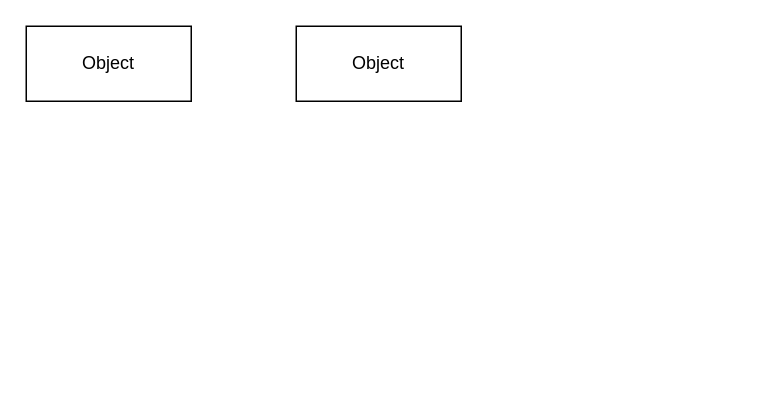
Earlier version of the draw.io diagram Event.drawio (marvino20/priv). Source tidied: cells renumbered, new cells numbered last; positions are measured from the earlier drawing's top-left corner, leaving out a move shared by most shapes. Both pictures are drawn from the tidied source at 150%, with x=0, y=0 at pixel (26, 26).
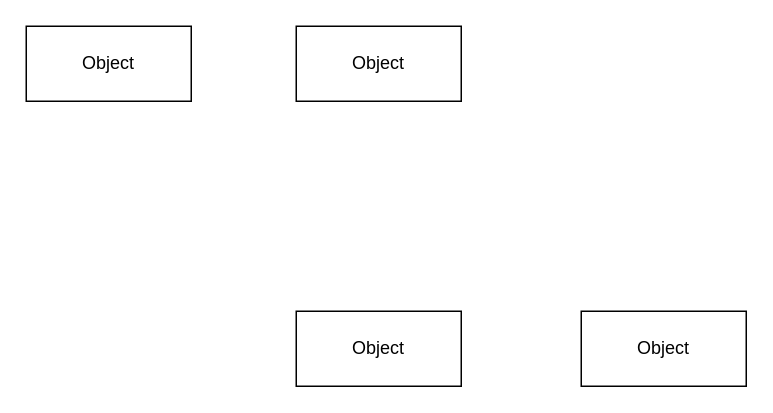
The same diagram, later.

The edit, as a diff of the source:
```diff
@@
 <mxGraphModel>
   <root>
     <mxCell id="0" />
     <mxCell id="1" parent="0" />
     <mxCell id="2" value="Object" style="html=1;whiteSpace=wrap;" parent="1" vertex="1">
       <mxGeometry width="110" height="50" as="geometry" />
     </mxCell>
     <mxCell id="3" value="Object" style="html=1;whiteSpace=wrap;" parent="1" vertex="1">
       <mxGeometry x="180" width="110" height="50" as="geometry" />
     </mxCell>
+    <mxCell id="4" value="Object" style="html=1;whiteSpace=wrap;" parent="1" vertex="1">
+      <mxGeometry x="180" y="190" width="110" height="50" as="geometry" />
+    </mxCell>
+    <mxCell id="5" value="Object" style="html=1;whiteSpace=wrap;" parent="1" vertex="1">
+      <mxGeometry x="370" y="190" width="110" height="50" as="geometry" />
+    </mxCell>
   </root>
 </mxGraphModel>
```
